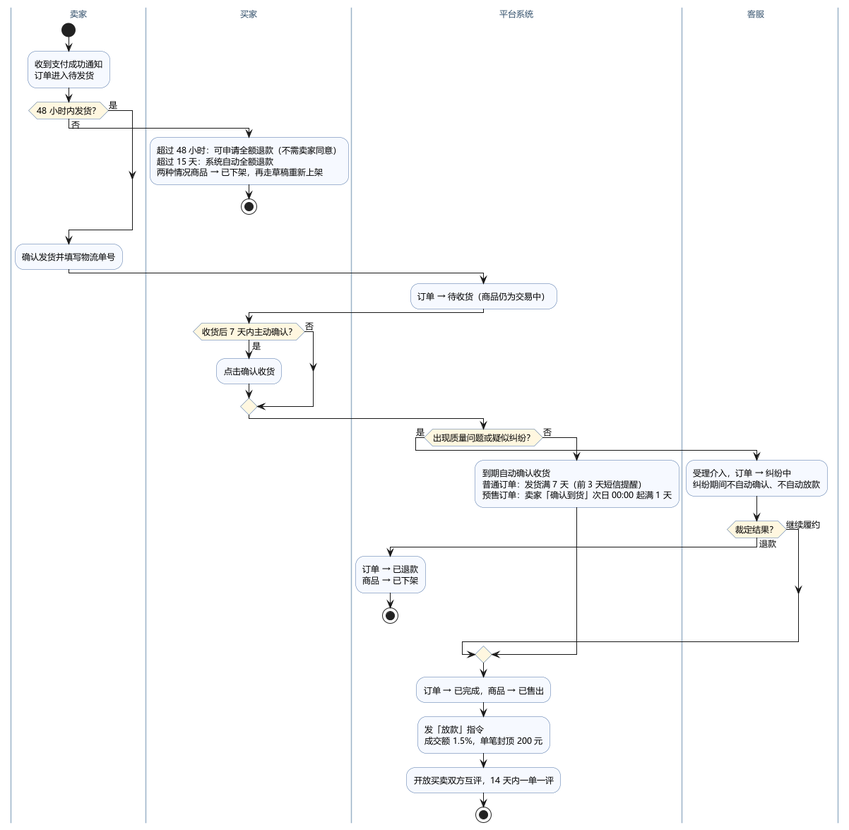
This is lab02/UML/活动图2_发货收货与结算.png from XuHR233/SE-lab1-requirements, a PlantUML export, as it was before one commit.
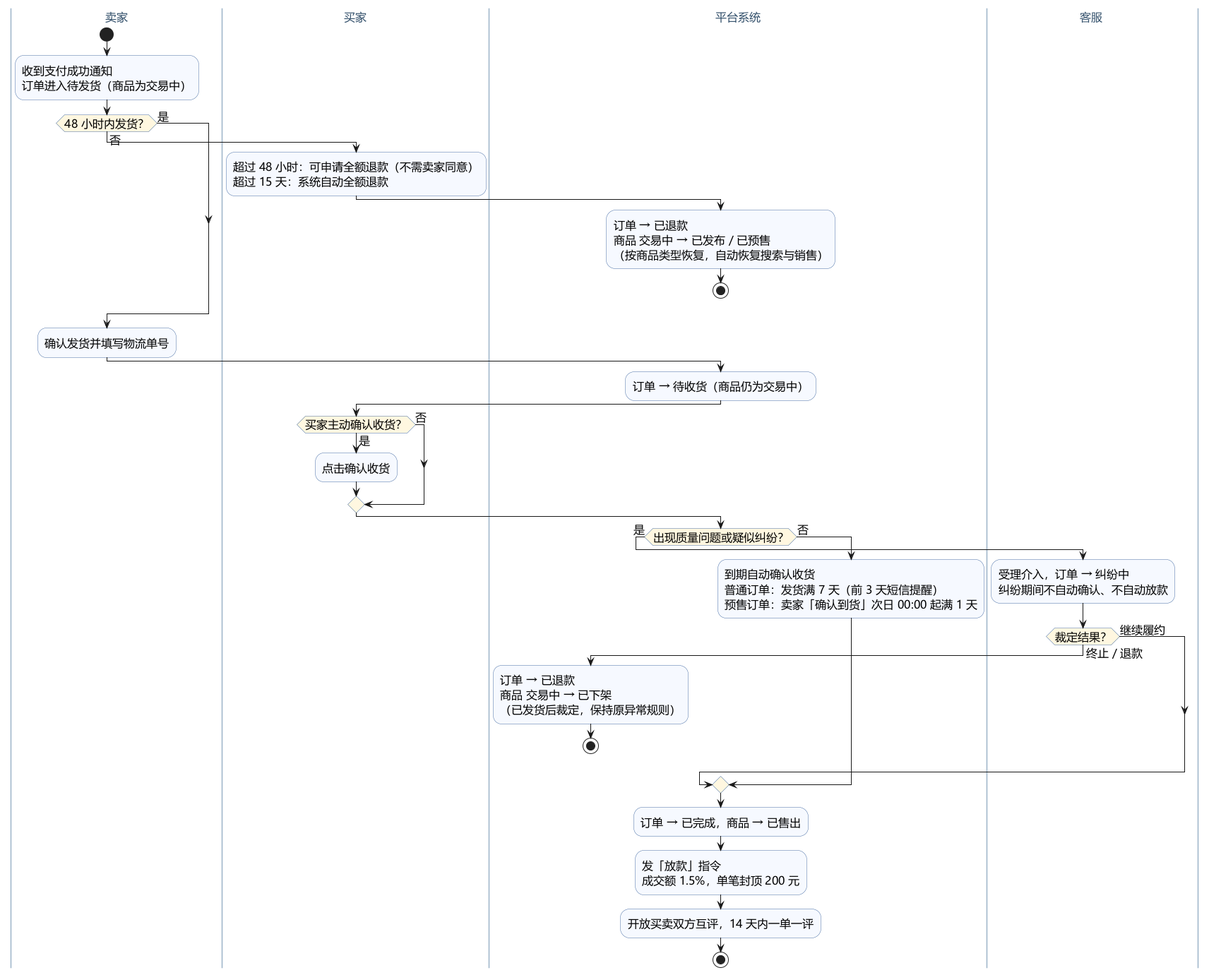
Above is the later version.

Diff of the diagram source:
```diff
@@ -1,26 +1,30 @@
 @startuml
 skinparam defaultFontName "Microsoft YaHei"
-skinparam defaultFontSize 12
+skinparam defaultFontSize 16
 skinparam shadowing false
-skinparam swimlaneWidth 190
+skinparam swimlaneWidth 240
 skinparam activity {
   BackgroundColor #F6F9FF
   BorderColor #4A6FA5
   DiamondBackgroundColor #FFF7E0
+  FontSize 16
 }
 skinparam swimlane {
   BorderColor #9BB2C8
   BackgroundColor #FCFDFF
   TitleFontColor #33506B
+  TitleFontSize 16
 }
 
 |卖家|
 start
-:收到支付成功通知\n订单进入待发货;
+:收到支付成功通知\n订单进入待发货（商品为交易中）;
 
 if (48 小时内发货？) then (否)
   |买家|
-  :超过 48 小时：可申请全额退款（不需卖家同意）\n超过 15 天：系统自动全额退款\n两种情况商品 → 已下架，再走草稿重新上架;
+  :超过 48 小时：可申请全额退款（不需卖家同意）\n超过 15 天：系统自动全额退款;
+  |平台系统|
+  :订单 → 已退款\n商品 交易中 → 已发布 / 已预售\n（按商品类型恢复，自动恢复搜索与销售）;
   stop
 else (是)
 endif
@@ -32,7 +36,7 @@
 :订单 → 待收货（商品仍为交易中）;
 
 |买家|
-if (收货后 7 天内主动确认？) then (是)
+if (买家主动确认收货？) then (是)
   :点击确认收货;
 else (否)
 endif
@@ -41,9 +45,9 @@
 if (出现质量问题或疑似纠纷？) then (是)
   |客服|
   :受理介入，订单 → 纠纷中\n纠纷期间不自动确认、不自动放款;
-  if (裁定结果？) then (退款)
+  if (裁定结果？) then (终止 / 退款)
     |平台系统|
-    :订单 → 已退款\n商品 → 已下架;
+    :订单 → 已退款\n商品 交易中 → 已下架\n（已发货后裁定，保持原异常规则）;
     stop
   else (继续履约)
   endif
```
